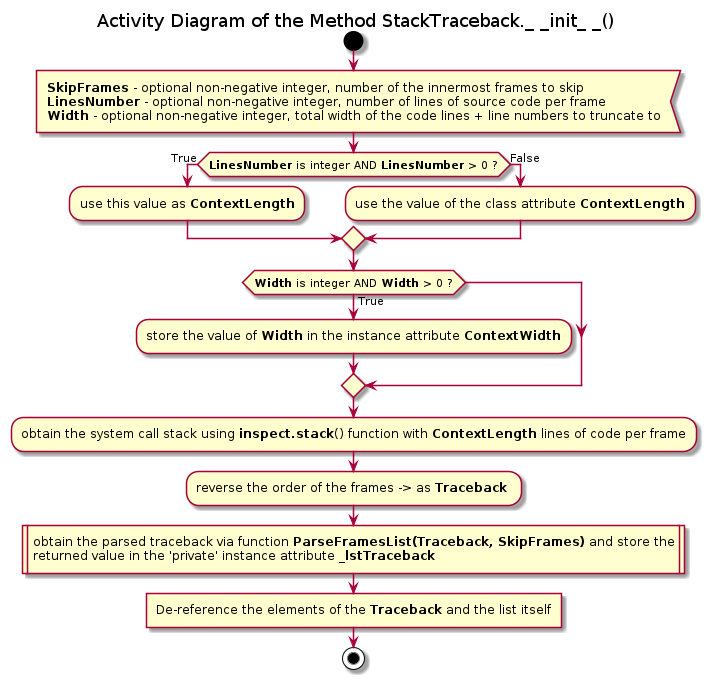
FooBarShebang/introspection_lib keeps this PlantUML diagram as Documentation/UML/traceback/traceback_stacktraceback_init.png. Above is the earlier version.
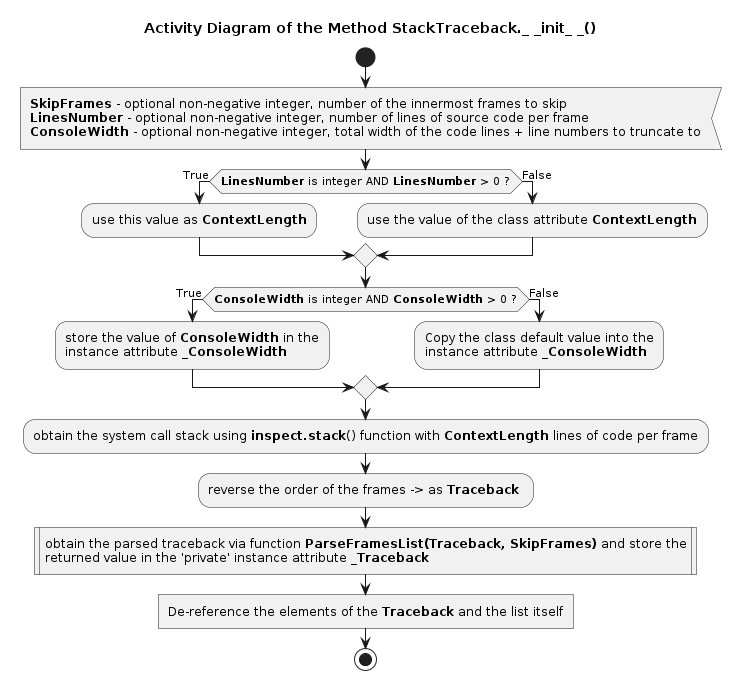
After the change.

The edit, as a diff of the source:
```diff
@@ -6,7 +6,7 @@
 
 :<b>SkipFrames</b> - optional non-negative integer, number of the innermost frames to skip
 <b>LinesNumber</b> - optional non-negative integer, number of lines of source code per frame
-<b>Width</b> - optional non-negative integer, total width of the code lines + line numbers to truncate to<
+<b>ConsoleWidth</b> - optional non-negative integer, total width of the code lines + line numbers to truncate to<
 
 if (<b>LinesNumber</b> is integer AND <b>LinesNumber</b> > 0 ?) then (True)
     :use this value as <b>ContextLength</b>;
@@ -14,15 +14,17 @@
     :use the value of the class attribute <b>ContextLength</b>;
 endif
 
-if (<b>Width</b> is integer AND <b>Width</b> > 0 ?) then (True)
-    :store the value of <b>Width</b> in the instance attribute <b>ContextWidth</b>;
+if (<b>ConsoleWidth</b> is integer AND <b>ConsoleWidth</b> > 0 ?) then (True)
+    :store the value of <b>ConsoleWidth</b> in the\ninstance attribute <b>_ConsoleWidth</b>;
+else (False)
+    :Copy the class default value into the\ninstance attribute <b>_ConsoleWidth</b>;
 endif
 
 :obtain the system call stack using <b>inspect.stack</b>() function with <b>ContextLength</b> lines of code per frame;
 
 :reverse the order of the frames -> as <b>Traceback</b> ;
 
-:obtain the parsed traceback via function <b>ParseFramesList(Traceback, SkipFrames)</b> and store the\nreturned value in the 'private' instance attribute <b>_lstTraceback</b>|
+:obtain the parsed traceback via function <b>ParseFramesList(Traceback, SkipFrames)</b> and store the\nreturned value in the 'private' instance attribute <b>_Traceback</b>|
 
 :De-reference the elements of the <b>Traceback</b> and the list itself]
 
```
